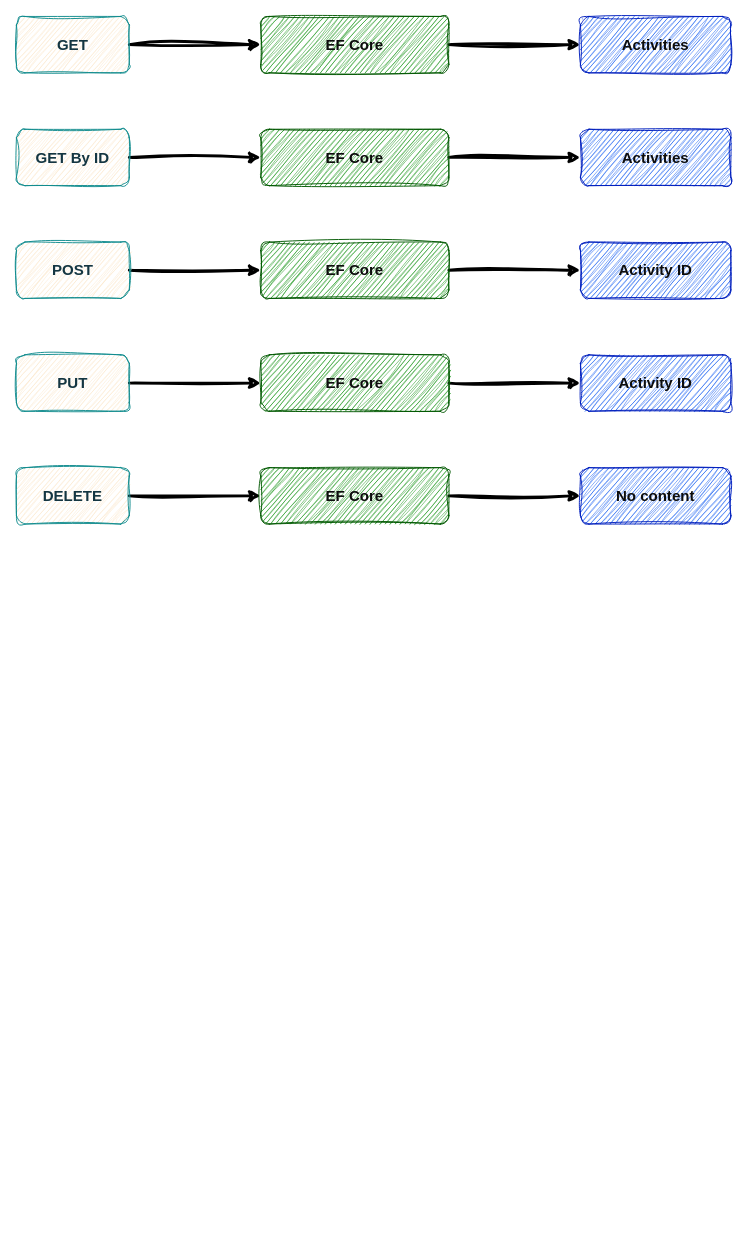
The draw.io diagram page "Vertical Slice Architecture" (1 of 8) of src/External/API.External.Auth/doc/poc.vertical.slices.net8.drawio in gfmaurila/poc.ddd.cqrs.laboratorio.2025, before the edit. Source tidied: cells renumbered, new cells numbered last; positions are measured from the earlier drawing's top-left corner, leaving out a move shared by most shapes. Both pictures are drawn from the tidied source at 94%, with x=0, y=0 at pixel (16, 16).
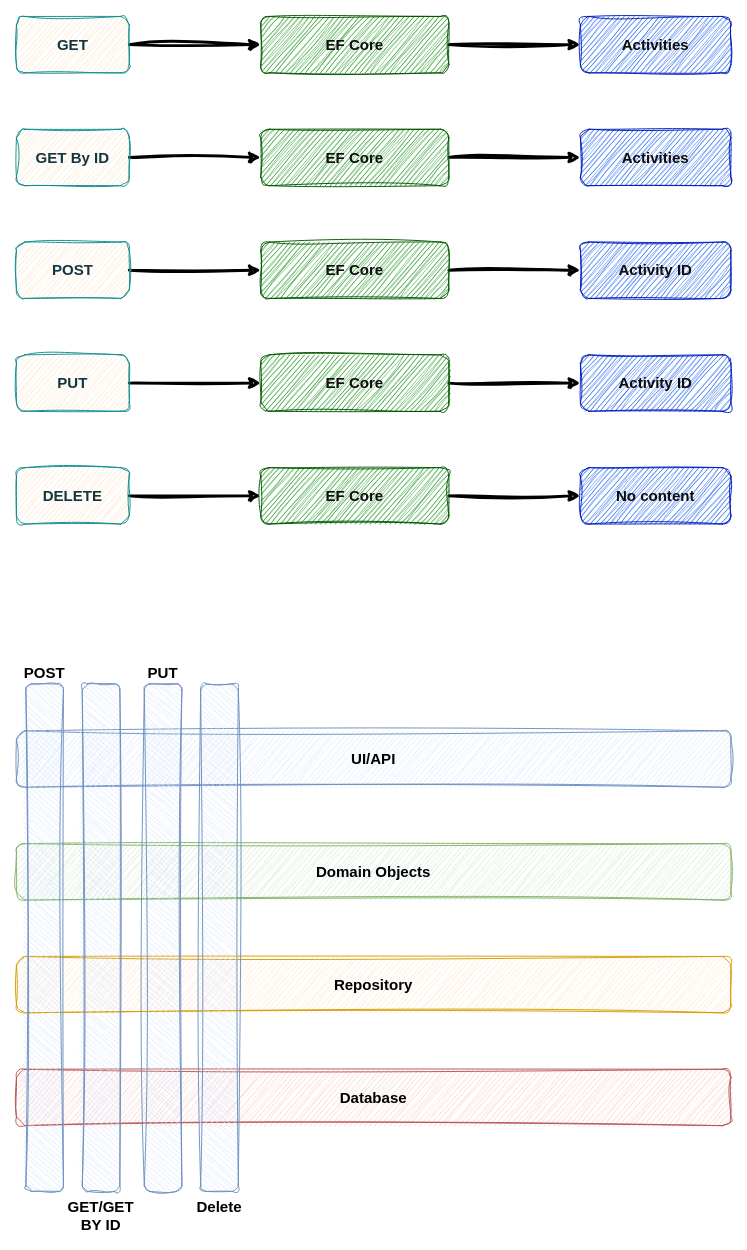
Above is the later version.

What changed in the source:
```diff
@@
+    <mxCell id="27" value="UI/API" style="rounded=1;whiteSpace=wrap;html=1;labelBackgroundColor=none;fillColor=#dae8fc;strokeColor=#6c8ebf;sketch=1;curveFitting=1;jiggle=2;fontStyle=1;fontSize=16;" parent="1" vertex="1">
+      <mxGeometry y="760" width="760" height="60" as="geometry" />
+    </mxCell>
+    <mxCell id="28" value="Domain Objects" style="rounded=1;whiteSpace=wrap;html=1;labelBackgroundColor=none;fillColor=#d5e8d4;strokeColor=#82b366;sketch=1;curveFitting=1;jiggle=2;fontStyle=1;fontSize=16;gradientColor=none;" parent="1" vertex="1">
+      <mxGeometry y="880" width="760" height="60" as="geometry" />
+    </mxCell>
+    <mxCell id="29" value="Repository" style="rounded=1;whiteSpace=wrap;html=1;labelBackgroundColor=none;fillColor=#ffe6cc;strokeColor=#d79b00;sketch=1;curveFitting=1;jiggle=2;fontStyle=1;fontSize=16;" parent="1" vertex="1">
+      <mxGeometry y="1000" width="760" height="60" as="geometry" />
+    </mxCell>
+    <mxCell id="30" value="Database" style="rounded=1;whiteSpace=wrap;html=1;labelBackgroundColor=none;fillColor=#f8cecc;strokeColor=#b85450;sketch=1;curveFitting=1;jiggle=2;fontStyle=1;fontSize=16;" parent="1" vertex="1">
+      <mxGeometry y="1120" width="760" height="60" as="geometry" />
+    </mxCell>
+    <mxCell id="31" value="POST" style="rounded=1;whiteSpace=wrap;html=1;labelBackgroundColor=none;fillColor=#dae8fc;strokeColor=#6c8ebf;sketch=1;curveFitting=1;jiggle=2;fontStyle=1;fontSize=16;direction=south;verticalAlign=bottom;labelPosition=center;verticalLabelPosition=top;align=center;textDirection=ltr;" parent="1" vertex="1">
+      <mxGeometry x="10" y="710" width="40" height="540" as="geometry" />
+    </mxCell>
+    <mxCell id="32" value="GET/GET BY ID" style="rounded=1;whiteSpace=wrap;html=1;labelBackgroundColor=none;fillColor=#dae8fc;strokeColor=#6c8ebf;sketch=1;curveFitting=1;jiggle=2;fontStyle=1;fontSize=16;direction=south;verticalAlign=top;labelPosition=center;verticalLabelPosition=bottom;align=center;textDirection=ltr;" parent="1" vertex="1">
+      <mxGeometry x="70" y="710" width="40" height="540" as="geometry" />
+    </mxCell>
+    <mxCell id="33" value="PUT" style="rounded=1;whiteSpace=wrap;html=1;labelBackgroundColor=none;fillColor=#dae8fc;strokeColor=#6c8ebf;sketch=1;curveFitting=1;jiggle=2;fontStyle=1;fontSize=16;direction=south;verticalAlign=bottom;labelPosition=center;verticalLabelPosition=top;align=center;textDirection=ltr;" parent="1" vertex="1">
+      <mxGeometry x="136" y="710" width="40" height="540" as="geometry" />
+    </mxCell>
+    <mxCell id="34" value="Delete" style="rounded=1;whiteSpace=wrap;html=1;labelBackgroundColor=none;fillColor=#dae8fc;strokeColor=#6c8ebf;sketch=1;curveFitting=1;jiggle=2;fontStyle=1;fontSize=16;direction=south;verticalAlign=top;labelPosition=center;verticalLabelPosition=bottom;align=center;textDirection=ltr;" parent="1" vertex="1">
+      <mxGeometry x="196" y="710" width="40" height="540" as="geometry" />
+    </mxCell>
```
